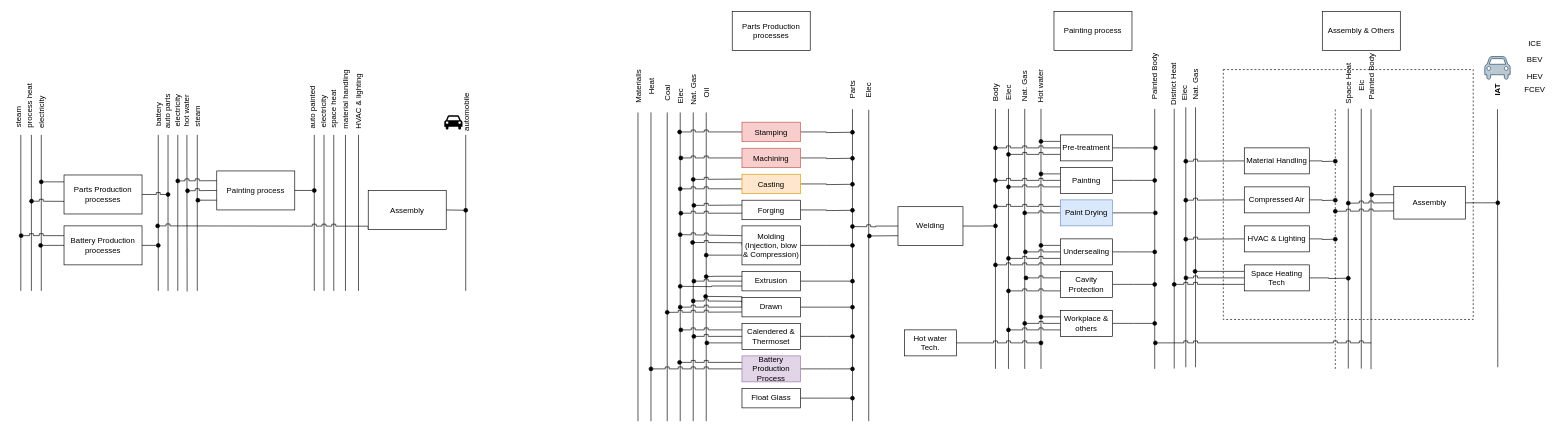
Before: page "Automobile_process_det" (18 of 18) of TAM_Industry_RES.drawio in anik-ier/TAM_Industry_RES, a draw.io diagram. Source tidied: cells renumbered, new cells numbered last; positions are measured from the earlier drawing's top-left corner, leaving out a move shared by most shapes. Both pictures are drawn from the tidied source at 65%, with x=0, y=0 at pixel (-1, 11).
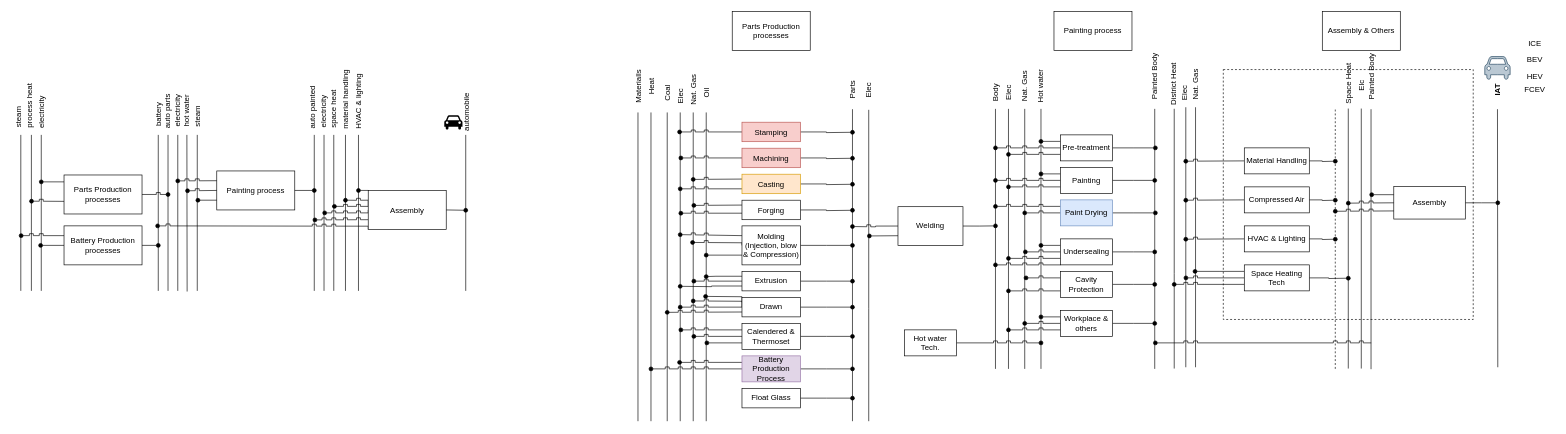
The same diagram, later.

The change refers to these unchanged cells:
```xml
<mxCell id="44" value="Assembly " style="rounded=0;whiteSpace=wrap;html=1;" parent="1" vertex="1">
  <mxGeometry x="568" y="275.5" width="120" height="60" as="geometry" />
</mxCell>
```

What changed in the source:
```diff
@@
+    <mxCell id="200" style="edgeStyle=orthogonalEdgeStyle;rounded=0;hachureGap=4;jettySize=auto;html=1;exitX=0;exitY=0.75;exitDx=0;exitDy=0;fontFamily=Architects Daughter;endArrow=oval;endFill=1;jumpStyle=sharp;" parent="1" edge="1" source="44">
+      <mxGeometry relative="1" as="geometry">
+        <mxPoint x="486" y="320.8" as="targetPoint" />
+      </mxGeometry>
+    </mxCell>
+    <mxCell id="201" style="edgeStyle=orthogonalEdgeStyle;rounded=0;hachureGap=4;jettySize=auto;html=1;exitX=0;exitY=0.5;exitDx=0;exitDy=0;fontFamily=Architects Daughter;endArrow=oval;endFill=1;jumpStyle=sharp;" parent="1" edge="1" source="44">
+      <mxGeometry relative="1" as="geometry">
+        <mxPoint x="501" y="310" as="targetPoint" />
+        <Array as="points">
+          <mxPoint x="568" y="310" />
+        </Array>
+      </mxGeometry>
+    </mxCell>
+    <mxCell id="202" style="edgeStyle=orthogonalEdgeStyle;rounded=0;hachureGap=4;jettySize=auto;html=1;exitX=0;exitY=0.25;exitDx=0;exitDy=0;fontFamily=Architects Daughter;endArrow=oval;endFill=1;jumpStyle=sharp;" parent="1" edge="1" source="44">
+      <mxGeometry relative="1" as="geometry">
+        <mxPoint x="516" y="300" as="targetPoint" />
+        <Array as="points">
+          <mxPoint x="568" y="300" />
+          <mxPoint x="513" y="300" />
+        </Array>
+      </mxGeometry>
+    </mxCell>
+    <mxCell id="203" style="edgeStyle=orthogonalEdgeStyle;rounded=0;hachureGap=4;jettySize=auto;html=1;exitX=0;exitY=0.25;exitDx=0;exitDy=0;fontFamily=Architects Daughter;endArrow=oval;endFill=1;jumpStyle=sharp;" parent="1" edge="1" source="44">
+      <mxGeometry relative="1" as="geometry">
+        <mxPoint x="533" y="290.8" as="targetPoint" />
+      </mxGeometry>
+    </mxCell>
+    <mxCell id="204" style="edgeStyle=orthogonalEdgeStyle;rounded=0;hachureGap=4;jettySize=auto;html=1;exitX=0;exitY=0;exitDx=0;exitDy=0;fontFamily=Architects Daughter;endArrow=oval;endFill=1;jumpStyle=sharp;" parent="1" edge="1" source="44">
+      <mxGeometry relative="1" as="geometry">
+        <mxPoint x="553" y="275.8" as="targetPoint" />
+      </mxGeometry>
+    </mxCell>
```
